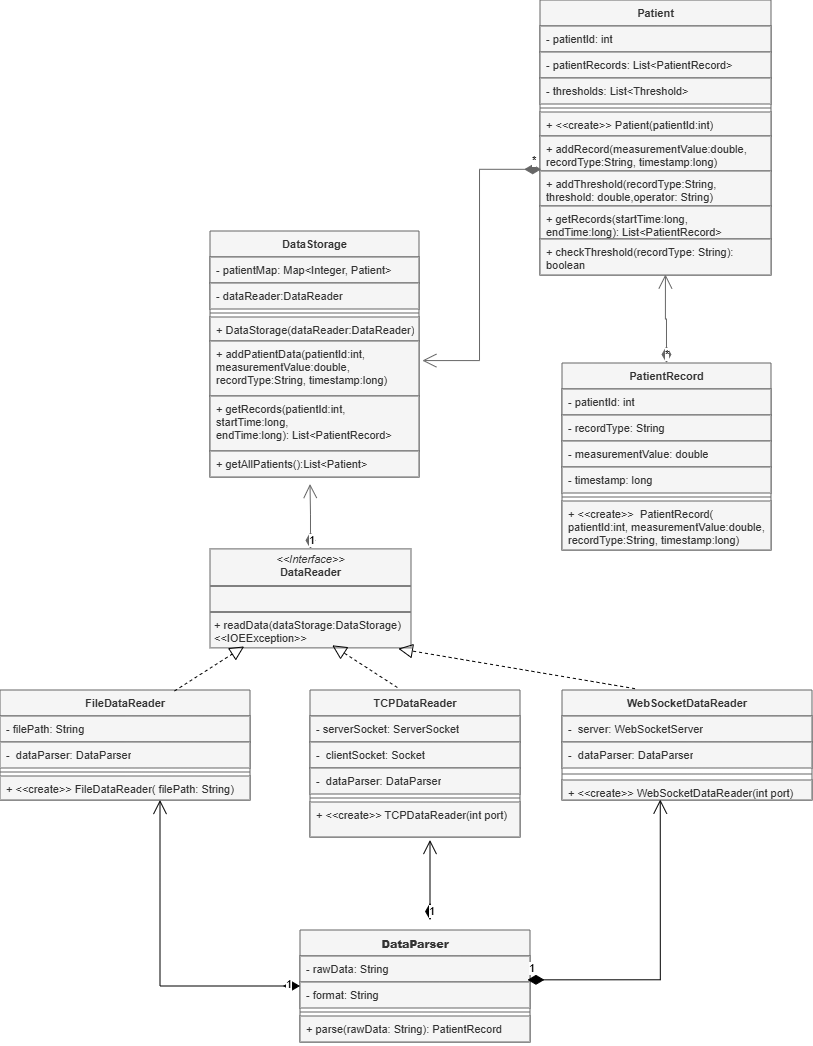
Before: uml_models/DiagramDataAccessLayer.png, a diagram exported from draw.io (KlaraAlbertova/signal_project). Source tidied: cells renumbered, new cells last; positions are measured from the earlier drawing's top-left corner, leaving out a move shared by most shapes.
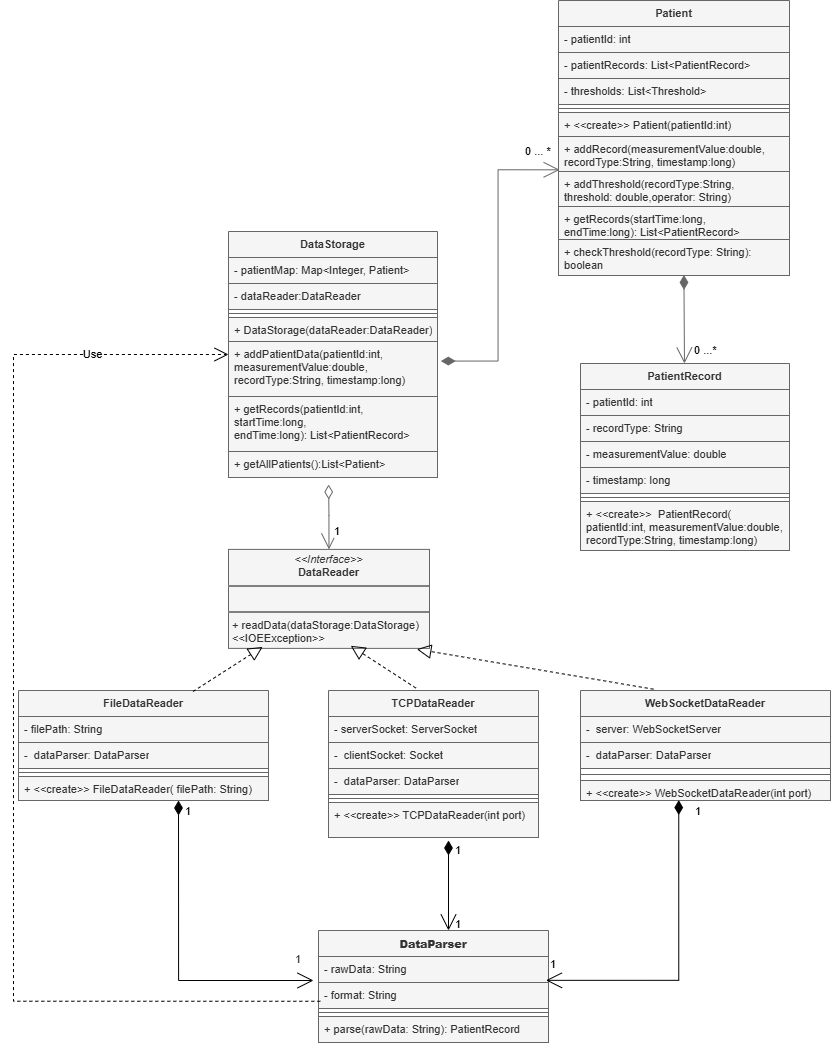
The same file after the commit.

What changed in the source:
```diff
@@ -80,11 +80,11 @@
     <mxCell id="27" value="&lt;p style=&quot;margin:0px;margin-top:4px;text-align:center;&quot;&gt;&lt;i&gt;&amp;lt;&amp;lt;Interface&amp;gt;&amp;gt;&lt;/i&gt;&lt;br&gt;&lt;span style=&quot;text-align: left;&quot;&gt;&lt;b&gt;DataReader&lt;/b&gt;&lt;/span&gt;&lt;/p&gt;&lt;hr style=&quot;border-style:solid;&quot;&gt;&lt;p style=&quot;margin:0px;margin-left:4px;&quot;&gt;&lt;br&gt;&lt;/p&gt;&lt;hr style=&quot;border-style:solid;&quot;&gt;&lt;p style=&quot;margin:0px;margin-left:4px;&quot;&gt;+&amp;nbsp;&lt;span&gt;readData&lt;/span&gt;&lt;span&gt;(dataStorage:&lt;/span&gt;&lt;span&gt;DataStorage&lt;/span&gt;&lt;span&gt;) &amp;lt;&amp;lt;IOEException&amp;gt;&amp;gt;&lt;/span&gt;&lt;/p&gt;&lt;p style=&quot;margin:0px;margin-left:4px;&quot;&gt;&lt;br&gt;&lt;/p&gt;" style="verticalAlign=top;align=left;overflow=fill;html=1;whiteSpace=wrap;labelBackgroundColor=none;fontColor=#333333;fontSize=11;fontFamily=Helvetica;fillColor=#f5f5f5;strokeColor=#666666;" parent="1" vertex="1">
       <mxGeometry x="210" y="548.9" width="201" height="99" as="geometry" />
     </mxCell>
-    <mxCell id="28" value="*" style="endArrow=open;html=1;endSize=12;startArrow=diamondThin;startSize=14;startFill=1;edgeStyle=orthogonalEdgeStyle;align=left;verticalAlign=bottom;rounded=0;strokeColor=#666666;entryX=0.543;entryY=0.985;entryDx=0;entryDy=0;entryPerimeter=0;fillColor=#f5f5f5;fontColor=default;fontSize=11;fontFamily=Helvetica;" parent="1" edge="1" source="20" target="11">
-      <mxGeometry x="-1" y="3" relative="1" as="geometry" />
+    <mxCell id="28" value="0 ...*" style="endArrow=diamondThin;html=1;endSize=12;startArrow=open;startSize=14;startFill=0;align=left;verticalAlign=bottom;rounded=0;strokeColor=#666666;entryX=0.543;entryY=0.985;entryDx=0;entryDy=0;entryPerimeter=0;fillColor=#f5f5f5;fontColor=default;fontSize=11;fontFamily=Helvetica;endFill=1;" parent="1" edge="1" source="20" target="11">
+      <mxGeometry x="-0.93" y="-8" relative="1" as="geometry" />
     </mxCell>
-    <mxCell id="29" value="1" style="endArrow=open;html=1;endSize=12;startArrow=diamondThin;startSize=14;startFill=1;edgeStyle=orthogonalEdgeStyle;align=left;verticalAlign=bottom;rounded=0;fillColor=#f5f5f5;strokeColor=#666666;fontColor=default;fontSize=11;fontFamily=Helvetica;" parent="1" edge="1" source="27">
-      <mxGeometry x="-1" y="3" relative="1" as="geometry">
+    <mxCell id="29" value="1" style="endArrow=diamondThin;html=1;endSize=12;startArrow=open;startSize=14;startFill=0;edgeStyle=orthogonalEdgeStyle;align=left;verticalAlign=bottom;rounded=0;fillColor=#f5f5f5;strokeColor=#666666;fontColor=default;fontSize=11;fontFamily=Helvetica;endFill=0;" parent="1" edge="1" source="27">
+      <mxGeometry x="-0.73" y="-4" relative="1" as="geometry">
         <mxPoint x="309" y="484" as="targetPoint" />
         <Array as="points">
           <mxPoint x="310" y="514.9" />
@@ -92,8 +92,8 @@
         </Array>
       </mxGeometry>
     </mxCell>
-    <mxCell id="30" value="*" style="endArrow=open;html=1;endSize=12;startArrow=diamondThin;startSize=14;startFill=1;edgeStyle=orthogonalEdgeStyle;align=left;verticalAlign=bottom;rounded=0;entryX=1.016;entryY=0.356;entryDx=0;entryDy=0;entryPerimeter=0;exitX=0.005;exitY=0.952;exitDx=0;exitDy=0;exitPerimeter=0;strokeColor=#666666;fillColor=#f5f5f5;fontColor=default;fontSize=11;fontFamily=Helvetica;" parent="1" edge="1" source="8" target="17">
-      <mxGeometry x="-0.93" relative="1" as="geometry" />
+    <mxCell id="30" value="0 ... *" style="endArrow=diamondThin;html=1;endSize=12;startArrow=open;startSize=14;startFill=0;edgeStyle=orthogonalEdgeStyle;align=left;verticalAlign=bottom;rounded=0;entryX=1.016;entryY=0.356;entryDx=0;entryDy=0;entryPerimeter=0;exitX=0.005;exitY=0.952;exitDx=0;exitDy=0;exitPerimeter=0;strokeColor=#666666;fillColor=#f5f5f5;fontColor=default;fontSize=11;fontFamily=Helvetica;endFill=1;" parent="1" edge="1" source="8" target="17">
+      <mxGeometry x="-0.77" y="-9" relative="1" as="geometry" />
     </mxCell>
     <mxCell id="31" value="&lt;span lang=&quot;EN-CA&quot; style=&quot;&quot;&gt;FileDataReader&lt;/span&gt;" style="swimlane;fontStyle=1;align=center;verticalAlign=top;horizontal=1;startSize=26;whiteSpace=wrap;html=1;fillColor=#f5f5f5;labelBackgroundColor=none;fontColor=#333333;strokeColor=#666666;fontSize=11;fontFamily=Helvetica;" parent="1" vertex="1">
       <mxGeometry y="690" width="250" height="110" as="geometry" />
@@ -146,9 +146,9 @@
     <mxCell id="47" value="&lt;strong&gt;DataParser&lt;/strong&gt;" style="swimlane;fontStyle=1;align=center;verticalAlign=top;horizontal=1;startSize=26;whiteSpace=wrap;html=1;fillColor=#f5f5f5;fontColor=#333333;strokeColor=#666666;fontSize=11;fontFamily=Helvetica;" parent="1" vertex="1">
       <mxGeometry x="300" y="930" width="230" height="112" as="geometry" />
     </mxCell>
-    <mxCell id="48" value="1" style="endArrow=open;html=1;endSize=12;startArrow=diamondThin;startSize=14;startFill=1;edgeStyle=orthogonalEdgeStyle;align=left;verticalAlign=bottom;rounded=0;" parent="47" edge="1">
-      <mxGeometry x="-1" y="3" relative="1" as="geometry">
-        <mxPoint x="130" y="-10" as="sourcePoint" />
+    <mxCell id="48" value="1" style="endArrow=diamondThin;html=1;endSize=12;startArrow=open;startSize=14;startFill=0;edgeStyle=orthogonalEdgeStyle;align=left;verticalAlign=bottom;rounded=0;endFill=1;" parent="47" edge="1">
+      <mxGeometry x="0.56" y="-5" relative="1" as="geometry">
+        <mxPoint x="130" as="sourcePoint" />
         <mxPoint x="130" y="-90" as="targetPoint" />
       </mxGeometry>
     </mxCell>
@@ -173,13 +173,31 @@
     <mxCell id="55" style="endArrow=block;dashed=1;endFill=0;endSize=12;html=1;rounded=0;entryX=0.937;entryY=1.008;entryDx=0;entryDy=0;entryPerimeter=0;exitX=0.292;exitY=-0.012;exitDx=0;exitDy=0;exitPerimeter=0;" parent="1" edge="1" source="42" target="27">
       <mxGeometry relative="1" as="geometry" />
     </mxCell>
-    <mxCell id="56" value="1" style="endArrow=open;html=1;endSize=12;startArrow=diamondThin;startSize=14;startFill=1;edgeStyle=orthogonalEdgeStyle;align=left;verticalAlign=bottom;rounded=0;exitX=0;exitY=0.5;exitDx=0;exitDy=0;" parent="1" edge="1" source="47">
-      <mxGeometry x="-0.9" y="7" relative="1" as="geometry">
+    <mxCell id="56" value="1" style="endArrow=diamondThin;html=1;endSize=12;startArrow=open;startSize=14;startFill=0;edgeStyle=orthogonalEdgeStyle;align=left;verticalAlign=bottom;rounded=0;endFill=1;" parent="1" edge="1">
+      <mxGeometry x="0.87" y="-5" relative="1" as="geometry">
+        <mxPoint x="295" y="980" as="sourcePoint" />
         <mxPoint x="160" y="800" as="targetPoint" />
       </mxGeometry>
     </mxCell>
-    <mxCell id="57" value="1" style="endArrow=open;html=1;endSize=12;startArrow=diamondThin;startSize=14;startFill=1;edgeStyle=orthogonalEdgeStyle;align=left;verticalAlign=bottom;rounded=0;entryX=0.393;entryY=0.979;entryDx=0;entryDy=0;entryPerimeter=0;exitX=0.989;exitY=0.917;exitDx=0;exitDy=0;exitPerimeter=0;" parent="1" edge="1" source="49" target="46">
-      <mxGeometry x="-1" y="3" relative="1" as="geometry" />
+    <mxCell id="57" value="1" style="endArrow=diamondThin;html=1;endSize=12;startArrow=open;startSize=14;startFill=0;edgeStyle=orthogonalEdgeStyle;align=left;verticalAlign=bottom;rounded=0;entryX=0.393;entryY=0.979;entryDx=0;entryDy=0;entryPerimeter=0;exitX=0.989;exitY=0.917;exitDx=0;exitDy=0;exitPerimeter=0;endFill=1;" parent="1" edge="1" source="49" target="46">
+      <mxGeometry x="0.87" y="-15" relative="1" as="geometry" />
     </mxCell>
+    <mxCell id="58" value="Use" style="endArrow=open;endSize=12;dashed=1;html=1;rounded=0;exitX=0.008;exitY=0.722;exitDx=0;exitDy=0;exitPerimeter=0;edgeStyle=orthogonalEdgeStyle;entryX=0;entryY=0.5;entryDx=0;entryDy=0;" parent="1" edge="1" source="50" target="12">
+      <mxGeometry x="0.77" relative="1" as="geometry">
+        <Array as="points">
+          <mxPoint x="-5" y="1001" />
+          <mxPoint x="-5" y="354" />
+        </Array>
+      </mxGeometry>
+    </mxCell>
+    <mxCell id="59" value="&lt;span style=&quot;font-family: Helvetica; font-size: 11px; font-style: normal; font-variant-ligatures: normal; font-variant-caps: normal; font-weight: 400; letter-spacing: normal; orphans: 2; text-align: left; text-indent: 0px; text-transform: none; widows: 2; word-spacing: 0px; -webkit-text-stroke-width: 0px; white-space: nowrap; text-decoration-thickness: initial; text-decoration-style: initial; text-decoration-color: initial; float: none; display: inline !important;&quot;&gt;&lt;font&gt;1&lt;/font&gt;&lt;/span&gt;" style="text;whiteSpace=wrap;html=1;" parent="1" vertex="1">
+      <mxGeometry x="435" y="910" width="40" height="40" as="geometry" />
+    </mxCell>
+    <mxCell id="60" value="&lt;span style=&quot;font-family: Helvetica; font-size: 11px; font-style: normal; font-variant-ligatures: normal; font-variant-caps: normal; font-weight: 400; letter-spacing: normal; orphans: 2; text-align: left; text-indent: 0px; text-transform: none; widows: 2; word-spacing: 0px; -webkit-text-stroke-width: 0px; white-space: nowrap; text-decoration-thickness: initial; text-decoration-style: initial; text-decoration-color: initial; float: none; display: inline !important;&quot;&gt;&lt;font&gt;1&lt;/font&gt;&lt;/span&gt;" style="text;whiteSpace=wrap;html=1;" parent="1" vertex="1">
+      <mxGeometry x="530" y="950" width="40" height="10" as="geometry" />
+    </mxCell>
+    <mxCell id="61" value="&lt;span style=&quot;font-family: Helvetica; font-size: 11px; font-style: normal; font-variant-ligatures: normal; font-variant-caps: normal; font-weight: 400; letter-spacing: normal; orphans: 2; text-align: left; text-indent: 0px; text-transform: none; widows: 2; word-spacing: 0px; -webkit-text-stroke-width: 0px; white-space: nowrap; text-decoration-thickness: initial; text-decoration-style: initial; text-decoration-color: initial; float: none; background-color: light-dark(#ffffff, var(--ge-dark-color, #121212)); display: inline !important;&quot;&gt;&lt;font style=&quot;color: light-dark(rgb(51, 51, 51), rgb(193, 193, 193));&quot;&gt;1&lt;/font&gt;&lt;/span&gt;" style="text;whiteSpace=wrap;html=1;" parent="1" vertex="1">
+      <mxGeometry x="275" y="945" width="20" height="20" as="geometry" />
+    </mxCell>
   </root>
 </mxGraphModel>
```
